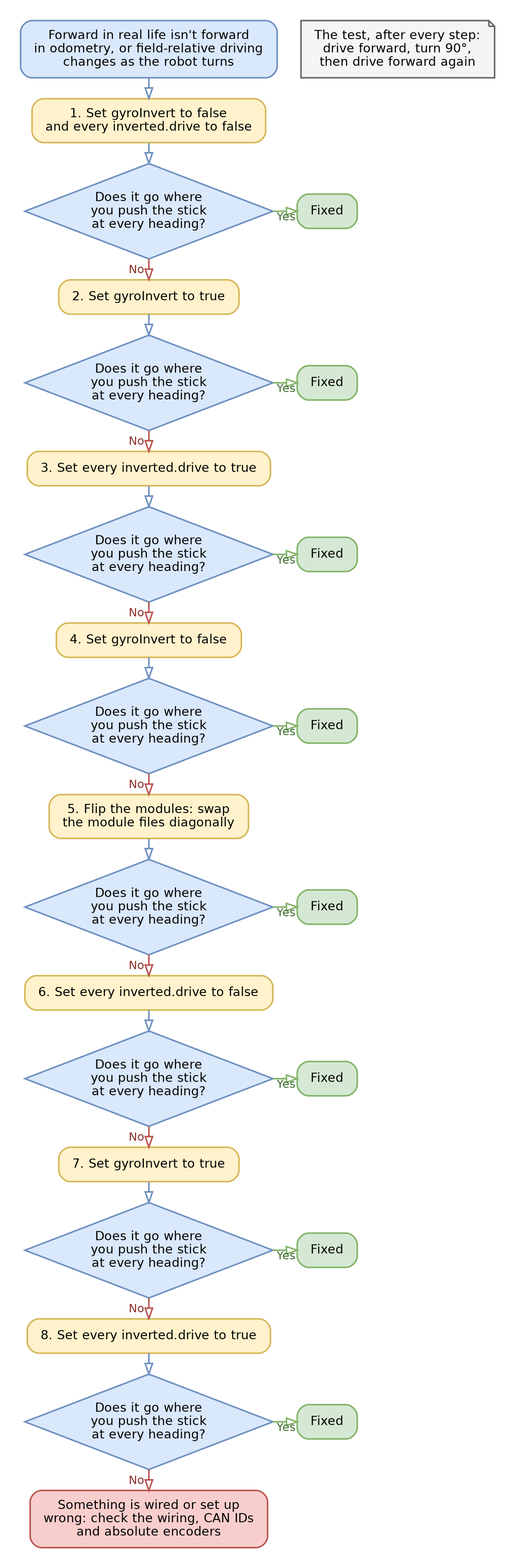
Yet-Another-Software-Suite/YAGSL-gitbook keeps this Graphviz diagram as .gitbook/assets/yagsl-flowchart-eight.png. Above is the earlier version. Its source is kept beside it as .gitbook/assets/yagsl-flowchart-eight.dot.
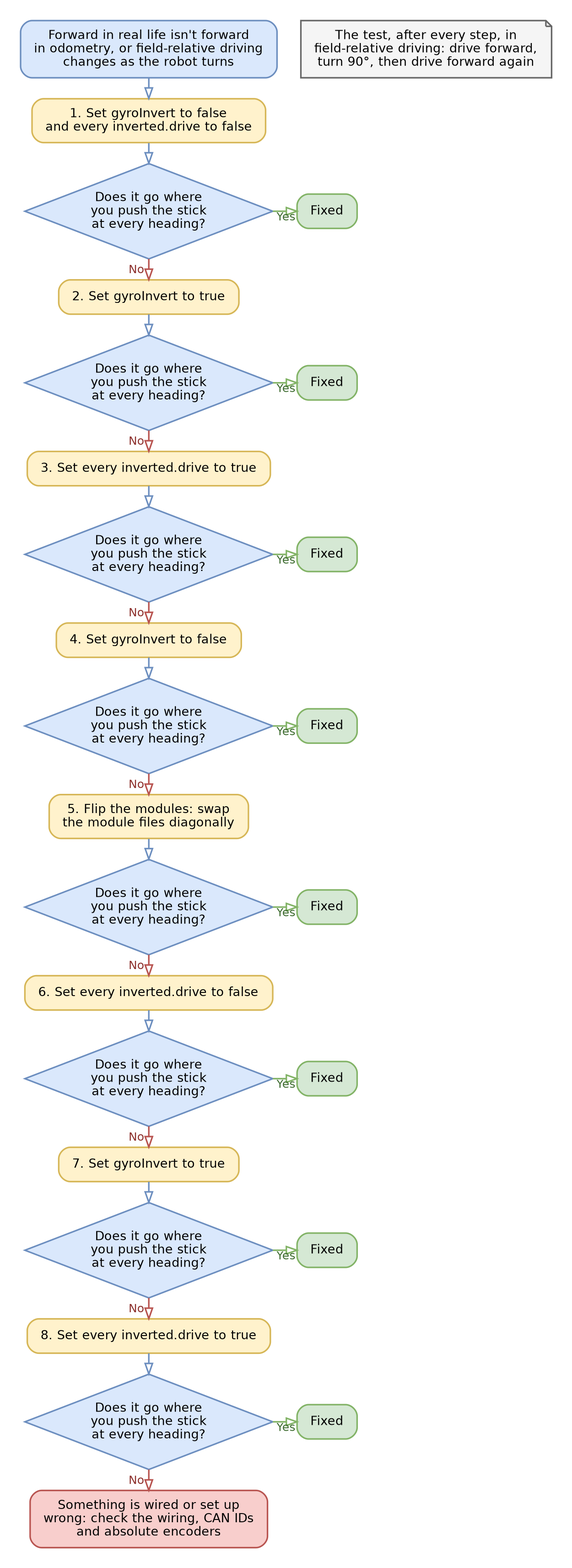
Above is the later version.

Commit message:
Direction changing as the robot turns is only a problem in field-relative driving

What changed in the source:
```diff
@@ -3,7 +3,7 @@
   node  [fontname="DejaVu Sans", fontsize=13, margin="0.2,0.12", penwidth=1.6];
   edge  [fontname="DejaVu Sans", fontsize=12, penwidth=1.6, arrowhead=onormal, arrowsize=1.1];
   s [label="Forward in real life isn't forward\nin odometry, or field-relative driving\nchanges as the robot turns", shape=box, style="rounded,filled", fillcolor="#dae8fc", color="#6c8ebf"];
-  test [label="The test, after every step:\ndrive forward, turn 90°,\nthen drive forward again", shape=note, style=filled, fillcolor="#f5f5f5", color="#666666"];
+  test [label="The test, after every step, in\nfield-relative driving: drive forward,\nturn 90°, then drive forward again", shape=note, style=filled, fillcolor="#f5f5f5", color="#666666"];
   {rank=same; s; test}
   s -> test [style=invis];
   st1 [label="1. Set gyroInvert to false\nand every inverted.drive to false", shape=box, style="rounded,filled", fillcolor="#fff2cc", color="#d6b656"];
```
